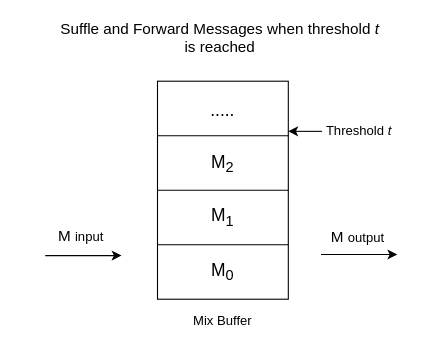
Earlier version of the draw.io diagram figures/mixing_techniques/threshold.drawio (Erodotos/msc-dissertation). Source tidied: cells renumbered, new cells numbered last; positions are measured from the earlier drawing's top-left corner, leaving out a move shared by most shapes. Both pictures are drawn from the tidied source at 109%, with x=0, y=0 at pixel (45, 26).
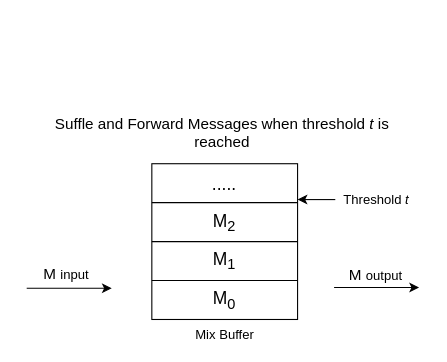
Above is the later version.

What changed in the source:
```diff
@@
+    <mxCell id="18" style="group;" parent="1" vertex="1">
+      <mxGeometry x="-17" y="90" width="360" height="200" as="geometry" />
+    </mxCell>
-    <mxCell id="2" style="rounded=0;whiteSpace=wrap;html=1;" parent="1" vertex="1">
-      <mxGeometry x="103" y="50" width="120" height="200" as="geometry" />
+    <mxCell id="2" style="rounded=0;whiteSpace=wrap;html=1;" parent="18" vertex="1">
+      <mxGeometry x="114.8" y="35.7" width="133.7" height="142.9" as="geometry" />
     </mxCell>
-    <mxCell id="3" style="endArrow=none;html=1;exitX=0;exitY=0.25;exitDx=0;exitDy=0;entryX=1;entryY=0.25;entryDx=0;entryDy=0;" parent="1" edge="1" source="2" target="2">
+    <mxCell id="3" style="endArrow=none;html=1;exitX=0;exitY=0.25;exitDx=0;exitDy=0;entryX=1;entryY=0.25;entryDx=0;entryDy=0;" parent="18" edge="1" source="2" target="2">
       <mxGeometry relative="1" as="geometry" />
     </mxCell>
-    <mxCell id="4" style="endArrow=none;html=1;exitX=0;exitY=0.5;exitDx=0;exitDy=0;entryX=1;entryY=0.5;entryDx=0;entryDy=0;" parent="1" edge="1" source="2" target="2">
+    <mxCell id="4" style="endArrow=none;html=1;exitX=0;exitY=0.5;exitDx=0;exitDy=0;entryX=1;entryY=0.5;entryDx=0;entryDy=0;" parent="18" edge="1" source="2" target="2">
       <mxGeometry relative="1" as="geometry" />
     </mxCell>
-    <mxCell id="5" style="endArrow=none;html=1;exitX=0;exitY=0.75;exitDx=0;exitDy=0;entryX=1;entryY=0.75;entryDx=0;entryDy=0;" parent="1" edge="1" source="2" target="2">
+    <mxCell id="5" style="endArrow=none;html=1;exitX=0;exitY=0.75;exitDx=0;exitDy=0;entryX=1;entryY=0.75;entryDx=0;entryDy=0;" parent="18" edge="1" source="2" target="2">
       <mxGeometry relative="1" as="geometry" />
     </mxCell>
-    <mxCell id="6" value="&lt;font style=&quot;font-size: 16px&quot;&gt;Μ&lt;sub&gt;0&lt;/sub&gt;&lt;/font&gt;" style="text;html=1;strokeColor=none;fillColor=none;align=center;verticalAlign=middle;whiteSpace=wrap;rounded=0;" parent="1" vertex="1">
-      <mxGeometry x="143" y="215" width="40" height="20" as="geometry" />
+    <mxCell id="6" value="&lt;font style=&quot;font-size: 16px&quot;&gt;Μ&lt;sub&gt;0&lt;/sub&gt;&lt;/font&gt;" style="text;html=1;strokeColor=none;fillColor=none;align=center;verticalAlign=middle;whiteSpace=wrap;rounded=0;" parent="18" vertex="1">
+      <mxGeometry x="159.4" y="153.6" width="44.6" height="14.3" as="geometry" />
     </mxCell>
-    <mxCell id="7" value="&lt;font style=&quot;font-size: 16px&quot;&gt;Μ&lt;sub&gt;1&lt;br&gt;&lt;/sub&gt;&lt;/font&gt;" style="text;html=1;strokeColor=none;fillColor=none;align=center;verticalAlign=middle;whiteSpace=wrap;rounded=0;" parent="1" vertex="1">
-      <mxGeometry x="143" y="165" width="40" height="20" as="geometry" />
+    <mxCell id="7" value="&lt;font style=&quot;font-size: 16px&quot;&gt;Μ&lt;sub&gt;1&lt;br&gt;&lt;/sub&gt;&lt;/font&gt;" style="text;html=1;strokeColor=none;fillColor=none;align=center;verticalAlign=middle;whiteSpace=wrap;rounded=0;" parent="18" vertex="1">
+      <mxGeometry x="159.4" y="117.9" width="44.6" height="14.3" as="geometry" />
     </mxCell>
-    <mxCell id="8" value="&lt;font style=&quot;font-size: 16px&quot;&gt;Μ&lt;sub&gt;2&lt;/sub&gt;&lt;/font&gt;" style="text;html=1;strokeColor=none;fillColor=none;align=center;verticalAlign=middle;whiteSpace=wrap;rounded=0;" parent="1" vertex="1">
-      <mxGeometry x="143" y="116" width="40" height="20" as="geometry" />
+    <mxCell id="8" value="&lt;font style=&quot;font-size: 16px&quot;&gt;Μ&lt;sub&gt;2&lt;/sub&gt;&lt;/font&gt;" style="text;html=1;strokeColor=none;fillColor=none;align=center;verticalAlign=middle;whiteSpace=wrap;rounded=0;" parent="18" vertex="1">
+      <mxGeometry x="159.4" y="82.9" width="44.6" height="14.3" as="geometry" />
     </mxCell>
-    <mxCell id="9" value="&lt;span style=&quot;font-size: 16px&quot;&gt;.....&lt;/span&gt;" style="text;html=1;strokeColor=none;fillColor=none;align=center;verticalAlign=middle;whiteSpace=wrap;rounded=0;" parent="1" vertex="1">
-      <mxGeometry x="143" y="66" width="40" height="20" as="geometry" />
+    <mxCell id="9" value="&lt;span style=&quot;font-size: 16px&quot;&gt;.....&lt;/span&gt;" style="text;html=1;strokeColor=none;fillColor=none;align=center;verticalAlign=middle;whiteSpace=wrap;rounded=0;" parent="18" vertex="1">
+      <mxGeometry x="159.4" y="47.1" width="44.6" height="14.3" as="geometry" />
     </mxCell>
-    <mxCell id="10" style="endArrow=classic;html=1;" parent="1" edge="1">
+    <mxCell id="10" style="endArrow=classic;html=1;" parent="18" edge="1">
       <mxGeometry relative="1" as="geometry">
-        <mxPoint y="210" as="sourcePoint" />
-        <mxPoint x="70" y="210" as="targetPoint" />
+        <mxPoint y="150" as="sourcePoint" />
+        <mxPoint x="78" y="150" as="targetPoint" />
       </mxGeometry>
     </mxCell>
-    <mxCell id="11" style="endArrow=classic;html=1;" parent="1" edge="1">
+    <mxCell id="11" style="endArrow=classic;html=1;" parent="18" edge="1">
       <mxGeometry relative="1" as="geometry">
-        <mxPoint x="253" y="209" as="sourcePoint" />
-        <mxPoint x="323" y="209" as="targetPoint" />
+        <mxPoint x="282" y="149.3" as="sourcePoint" />
+        <mxPoint x="360" y="149.3" as="targetPoint" />
       </mxGeometry>
     </mxCell>
-    <mxCell id="12" value="&lt;font&gt;&lt;font style=&quot;font-size: 14px&quot;&gt;Μ&amp;nbsp;&lt;/font&gt;&lt;font style=&quot;font-size: 12px&quot;&gt;input&lt;/font&gt;&lt;/font&gt;" style="text;html=1;strokeColor=none;fillColor=none;align=center;verticalAlign=middle;whiteSpace=wrap;rounded=0;" parent="1" vertex="1">
-      <mxGeometry x="13" y="182" width="40" height="20" as="geometry" />
+    <mxCell id="12" value="&lt;font&gt;&lt;font style=&quot;font-size: 14px&quot;&gt;Μ&amp;nbsp;&lt;/font&gt;&lt;font style=&quot;font-size: 12px&quot;&gt;input&lt;/font&gt;&lt;/font&gt;" style="text;html=1;strokeColor=none;fillColor=none;align=center;verticalAlign=middle;whiteSpace=wrap;rounded=0;" parent="18" vertex="1">
+      <mxGeometry x="14.5" y="130" width="44.6" height="14.3" as="geometry" />
     </mxCell>
-    <mxCell id="13" value="&lt;font&gt;&lt;font style=&quot;font-size: 14px&quot;&gt;Μ&amp;nbsp;&lt;/font&gt;&lt;font style=&quot;font-size: 12px&quot;&gt;output&lt;/font&gt;&lt;/font&gt;" style="text;html=1;strokeColor=none;fillColor=none;align=center;verticalAlign=middle;whiteSpace=wrap;rounded=0;" parent="1" vertex="1">
-      <mxGeometry x="267" y="183" width="40" height="20" as="geometry" />
+    <mxCell id="13" value="&lt;font&gt;&lt;font style=&quot;font-size: 14px&quot;&gt;Μ&amp;nbsp;&lt;/font&gt;&lt;font style=&quot;font-size: 12px&quot;&gt;output&lt;/font&gt;&lt;/font&gt;" style="text;html=1;strokeColor=none;fillColor=none;align=center;verticalAlign=middle;whiteSpace=wrap;rounded=0;" parent="18" vertex="1">
+      <mxGeometry x="297.6" y="130.7" width="44.6" height="14.3" as="geometry" />
     </mxCell>
-    <mxCell id="14" value="&lt;font style=&quot;font-size: 14px&quot;&gt;Suffle and Forward Messages when threshold &lt;i&gt;t &lt;/i&gt;is reached&lt;/font&gt;" style="text;html=1;strokeColor=none;fillColor=none;align=center;verticalAlign=middle;whiteSpace=wrap;rounded=0;" parent="1" vertex="1">
-      <mxGeometry x="13" width="295" height="20" as="geometry" />
+    <mxCell id="14" value="&lt;font style=&quot;font-size: 14px&quot;&gt;Suffle and Forward Messages when threshold &lt;i&gt;t &lt;/i&gt;is reached&lt;/font&gt;" style="text;html=1;strokeColor=none;fillColor=none;align=center;verticalAlign=middle;whiteSpace=wrap;rounded=0;" parent="18" vertex="1">
+      <mxGeometry x="14.5" width="328.8" height="14.3" as="geometry" />
     </mxCell>
-    <mxCell id="15" value="&lt;font style=&quot;font-size: 12px&quot;&gt;Mix Buffer&lt;/font&gt;" style="text;html=1;strokeColor=none;fillColor=none;align=center;verticalAlign=middle;whiteSpace=wrap;rounded=0;" parent="1" vertex="1">
-      <mxGeometry x="103" y="260" width="120" height="20" as="geometry" />
+    <mxCell id="15" value="&lt;font style=&quot;font-size: 12px&quot;&gt;Mix Buffer&lt;/font&gt;" style="text;html=1;strokeColor=none;fillColor=none;align=center;verticalAlign=middle;whiteSpace=wrap;rounded=0;" parent="18" vertex="1">
+      <mxGeometry x="114.8" y="185.7" width="133.7" height="14.3" as="geometry" />
     </mxCell>
-    <mxCell id="16" style="edgeStyle=orthogonalEdgeStyle;rounded=0;jettySize=auto;html=1;" parent="1" edge="1" source="17">
+    <mxCell id="16" style="edgeStyle=orthogonalEdgeStyle;rounded=0;jettySize=auto;html=1;" parent="18" edge="1" source="17">
       <mxGeometry relative="1" as="geometry">
-        <mxPoint x="223" y="96" as="targetPoint" />
+        <mxPoint x="248.5" y="68.6" as="targetPoint" />
       </mxGeometry>
     </mxCell>
-    <mxCell id="17" value="Threshold &lt;i&gt;t&lt;/i&gt;" style="text;html=1;strokeColor=none;fillColor=none;align=center;verticalAlign=middle;whiteSpace=wrap;rounded=0;" parent="1" vertex="1">
-      <mxGeometry x="254" y="86" width="68" height="20" as="geometry" />
+    <mxCell id="17" value="Threshold &lt;i&gt;t&lt;/i&gt;" style="text;html=1;strokeColor=none;fillColor=none;align=center;verticalAlign=middle;whiteSpace=wrap;rounded=0;" parent="18" vertex="1">
+      <mxGeometry x="283.1" y="61.4" width="75.8" height="14.3" as="geometry" />
     </mxCell>
```
